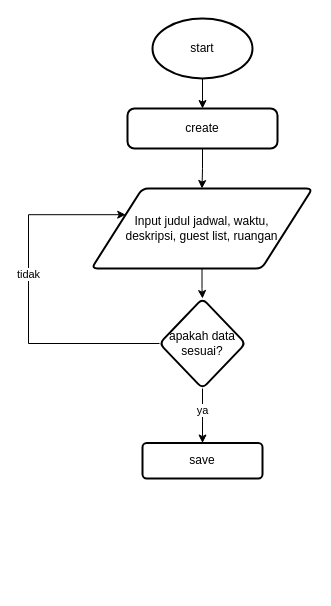
nadiaalkarina/simpleflowchart keeps this draw.io diagram as bookingschedule.drawio. Above is the earlier version. Source tidied: cells renumbered, new cells numbered last; positions are measured from the earlier drawing's top-left corner, leaving out a move shared by most shapes. Both pictures are drawn from the tidied source at 100%, with x=0, y=0 at pixel (28, 18).
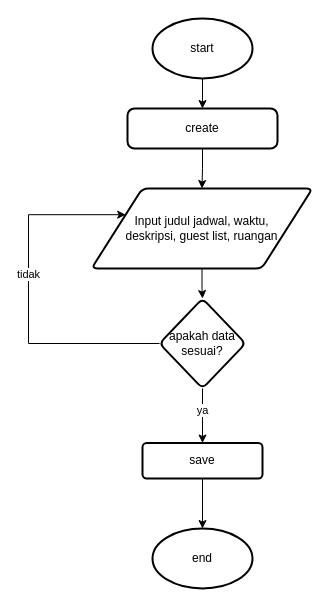
The same page after the edit.

Change to the diagram source:
```diff
@@
 <mxGraphModel>
   <root>
     <mxCell id="0" />
     <mxCell id="1" parent="0" />
     <mxCell id="2" style="edgeStyle=orthogonalEdgeStyle;rounded=0;jettySize=auto;html=1;entryX=0.5;entryY=0;entryDx=0;entryDy=0;" parent="1" edge="1" source="3" target="5">
       <mxGeometry relative="1" as="geometry" />
     </mxCell>
     <mxCell id="3" value="start" style="strokeWidth=2;html=1;shape=mxgraph.flowchart.start_1;whiteSpace=wrap;" parent="1" vertex="1">
       <mxGeometry x="124" width="100" height="60" as="geometry" />
     </mxCell>
     <mxCell id="4" style="edgeStyle=orthogonalEdgeStyle;rounded=0;jettySize=auto;html=1;" parent="1" edge="1" source="5" target="7">
       <mxGeometry relative="1" as="geometry" />
     </mxCell>
     <mxCell id="5" value="create" style="rounded=1;whiteSpace=wrap;html=1;absoluteArcSize=1;arcSize=14;strokeWidth=2;" parent="1" vertex="1">
       <mxGeometry x="99" y="90" width="150" height="40" as="geometry" />
     </mxCell>
     <mxCell id="6" style="edgeStyle=orthogonalEdgeStyle;rounded=0;jettySize=auto;html=1;" parent="1" edge="1" source="7" target="8">
       <mxGeometry relative="1" as="geometry" />
     </mxCell>
     <mxCell id="7" value="Input judul jadwal, waktu, &lt;br&gt;deskripsi, guest list, ruangan" style="shape=parallelogram;html=1;strokeWidth=2;perimeter=parallelogramPerimeter;whiteSpace=wrap;rounded=1;arcSize=12;size=0.23;" parent="1" vertex="1">
       <mxGeometry x="63" y="170" width="221" height="80" as="geometry" />
     </mxCell>
     <mxCell id="8" value="apakah data sesuai?" style="rhombus;whiteSpace=wrap;html=1;rounded=1;strokeWidth=2;arcSize=12;" parent="1" vertex="1">
       <mxGeometry x="131" y="280" width="86" height="90" as="geometry" />
     </mxCell>
     <mxCell id="9" value="tidak" style="edgeStyle=orthogonalEdgeStyle;rounded=0;jettySize=auto;html=1;exitX=0;exitY=0.5;exitDx=0;exitDy=0;entryX=0;entryY=0.25;entryDx=0;entryDy=0;" parent="1" edge="1" source="8" target="7">
       <mxGeometry x="0.12" relative="1" as="geometry">
         <Array as="points">
           <mxPoint y="325" />
           <mxPoint y="196" />
         </Array>
       </mxGeometry>
     </mxCell>
+    <mxCell id="12" style="edgeStyle=orthogonalEdgeStyle;rounded=0;jettySize=auto;html=1;entryX=0.5;entryY=0;entryDx=0;entryDy=0;entryPerimeter=0;" parent="1" edge="1" source="10" target="13">
+      <mxGeometry relative="1" as="geometry" />
+    </mxCell>
     <mxCell id="10" value="save" style="whiteSpace=wrap;html=1;rounded=1;strokeWidth=2;arcSize=12;" parent="1" vertex="1">
       <mxGeometry x="114" y="424.5" width="120" height="35.5" as="geometry" />
     </mxCell>
     <mxCell id="11" value="ya" style="edgeStyle=orthogonalEdgeStyle;rounded=0;jettySize=auto;html=1;" parent="1" edge="1" source="8" target="10">
       <mxGeometry x="-0.2" relative="1" as="geometry" />
     </mxCell>
+    <mxCell id="13" value="end" style="strokeWidth=2;html=1;shape=mxgraph.flowchart.start_1;whiteSpace=wrap;" parent="1" vertex="1">
+      <mxGeometry x="124" y="510" width="100" height="60" as="geometry" />
+    </mxCell>
   </root>
 </mxGraphModel>
```
